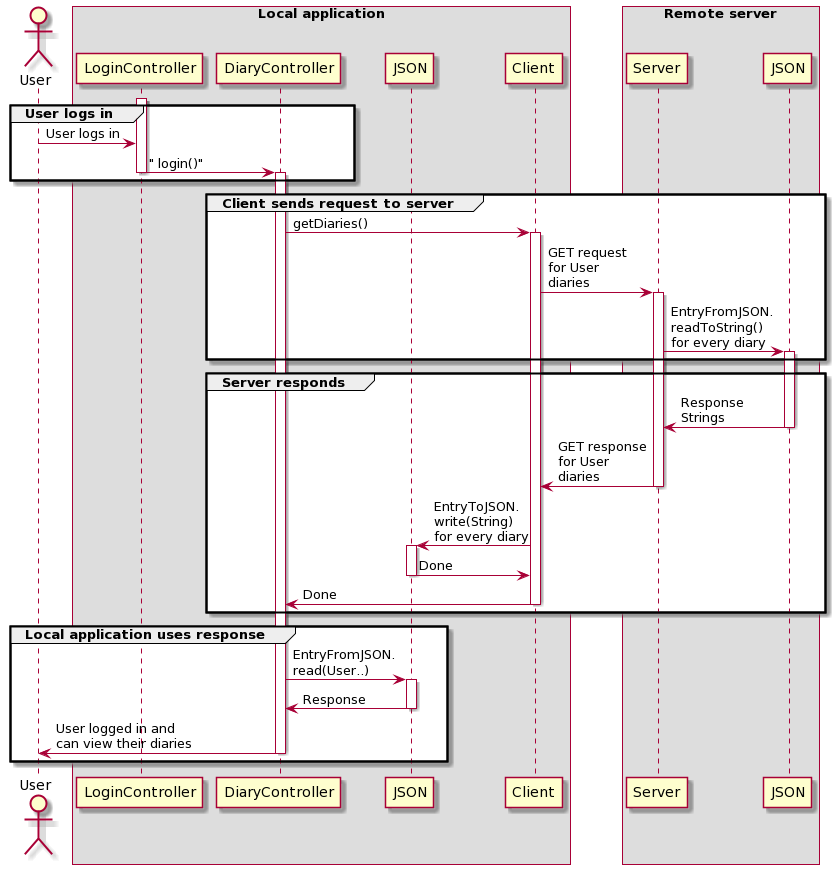
Earlier version of the PlantUML export docs/resources/Sequence_diagram.png (ScandiumSG/ITP_DiaryApplication).
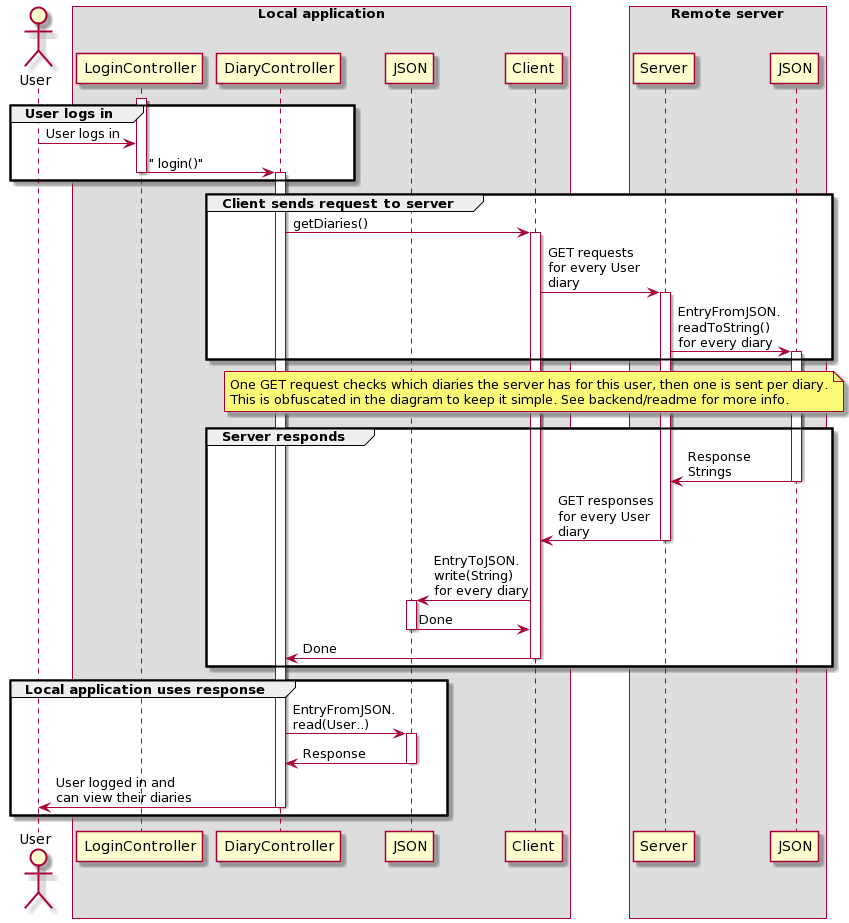
The same file after the commit.

Diff of the diagram source:
```diff
@@ -22,16 +22,21 @@
 group Client sends request to server
 DiaryController -> Client : getDiaries()
 activate Client
-Client -> Server : GET request\nfor User\ndiaries
+Client -> Server : GET requests\nfor every User\ndiary
 activate Server
 Server -> RemoteJSON : EntryFromJSON.\nreadToString()\nfor every diary
 activate RemoteJSON
 end
 
+note over Client
+  One GET request checks which diaries the server has for this user, then one is sent per diary.
+  This is obfuscated in the diagram to keep it simple. See backend/readme for more info.
+end note
+
 group Server responds
 RemoteJSON -> Server : Response\nStrings
 deactivate RemoteJSON
-Server -> Client : GET response\nfor User\ndiaries
+Server -> Client : GET responses\nfor every User\ndiary
 deactivate Server
 Client -> LocalJSON : EntryToJSON.\nwrite(String)\nfor every diary
 activate LocalJSON
```
